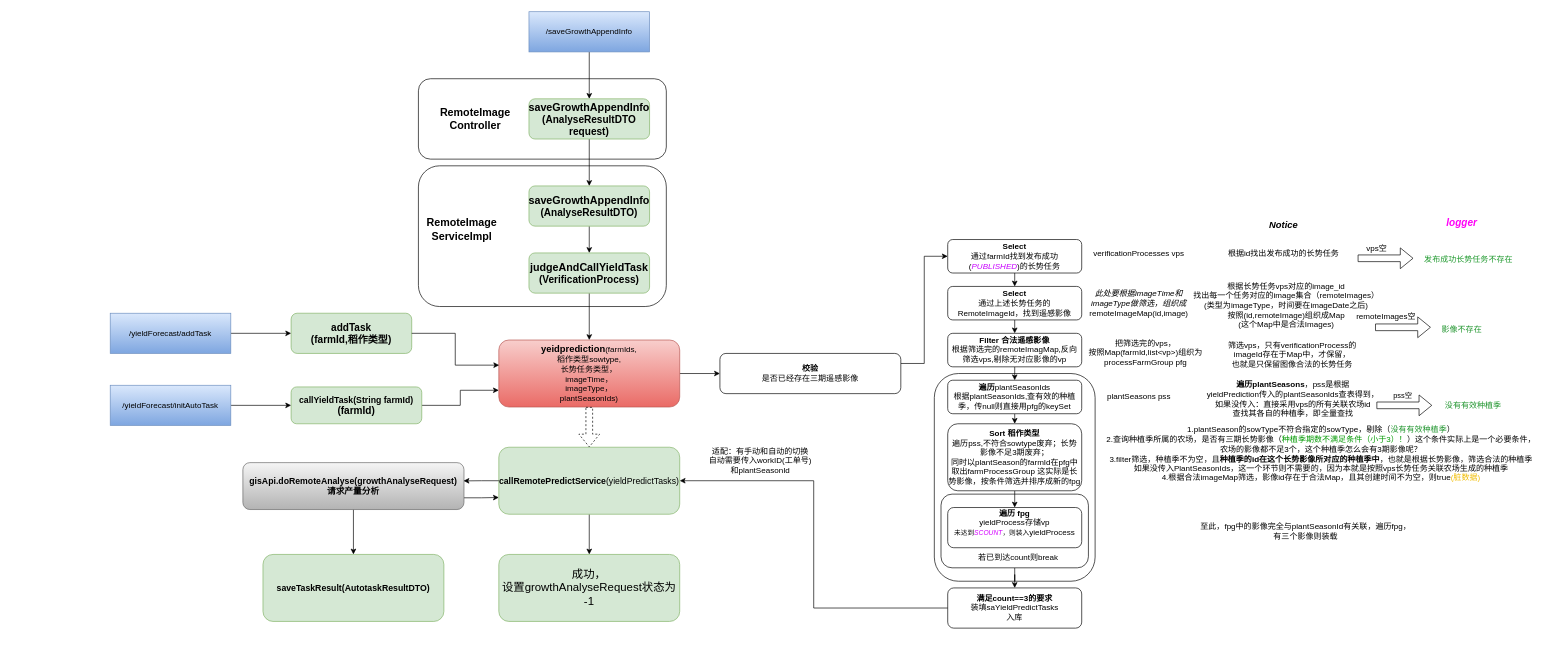
Above: 产量预估.drawio in RK-JD/DrawIO (draw.io), before the change. Source tidied: cells renumbered, new cells numbered last; positions are measured from the earlier drawing's top-left corner, leaving out a move shared by most shapes. Both pictures are drawn from the tidied source at 67%, with x=0, y=0 at pixel (110, 11).
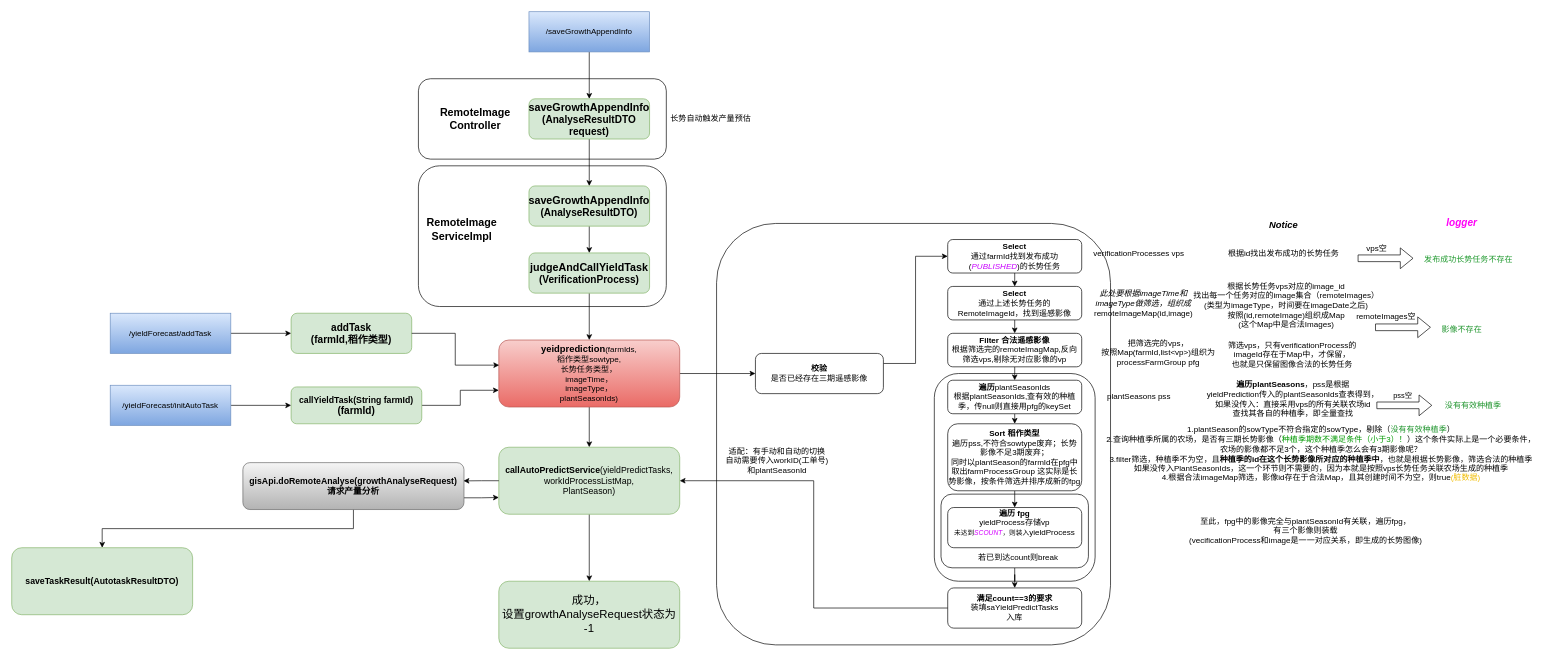
The same page after the edit.

Commit message:
更新产量预估.drawio

The change refers to these unchanged cells:
```xml
<mxCell id="8" value="&lt;b&gt;&lt;font style=&quot;font-size: 14px;&quot;&gt;yeidprediction&lt;/font&gt;&lt;/b&gt;(farmIds,&lt;div&gt;稻作类型sowtype,&lt;/div&gt;&lt;div&gt;长势任务类型，&lt;/div&gt;&lt;div&gt;imageTime，&lt;/div&gt;&lt;div&gt;imageType，&lt;/div&gt;&lt;div&gt;plantSeasonIds)&lt;/div&gt;" style="rounded=1;whiteSpace=wrap;html=1;fillColor=#f8cecc;strokeColor=#b85450;gradientColor=#ea6b66;" parent="1" vertex="1">
  <mxGeometry x="580" y="490" width="270" height="100" as="geometry" />
</mxCell>
```

What changed in the source:
```diff
@@
+    <mxCell id="76" style="rounded=1;whiteSpace=wrap;html=1;" parent="1" vertex="1">
+      <mxGeometry x="905" y="316" width="588" height="629" as="geometry" />
+    </mxCell>
@@
+    <mxCell id="32" style="edgeStyle=orthogonalEdgeStyle;rounded=0;jettySize=auto;html=1;exitX=0.5;exitY=1;exitDx=0;exitDy=0;entryX=0.5;entryY=0;entryDx=0;entryDy=0;" parent="1" edge="1" source="8" target="31">
+      <mxGeometry relative="1" as="geometry" />
+    </mxCell>
@@
     <mxCell id="10" value="&lt;b&gt;校验&lt;/b&gt;&lt;br&gt;是否已经存在三期遥感影像" style="rounded=1;whiteSpace=wrap;html=1;" parent="1" vertex="1">
-      <mxGeometry x="910" y="510" width="270" height="60" as="geometry" />
+      <mxGeometry x="963" y="510" width="191" height="60" as="geometry" />
     </mxCell>
@@
     <mxCell id="15" value="此处要根据imageTime和&lt;br&gt;imageType做筛选，组织成&lt;br&gt;&lt;div&gt;&lt;font style=&quot;font-style: normal;&quot;&gt;remoteImageMap(id,image)&lt;/font&gt;&lt;/div&gt;" style="text;html=1;align=center;verticalAlign=middle;strokeColor=none;fillColor=none;fontStyle=2;" parent="1" vertex="1">
-      <mxGeometry x="1450" y="405" width="170" height="60" as="geometry" />
+      <mxGeometry x="1457" y="405" width="170" height="60" as="geometry" />
     </mxCell>
@@
     <mxCell id="19" value="把筛选完的vps，&lt;div&gt;按照Map(farmId,list&amp;lt;vp&amp;gt;)组织为&lt;br&gt;processFarmGroup pfg&lt;/div&gt;" style="text;html=1;align=center;verticalAlign=middle;strokeColor=none;fillColor=none;" parent="1" vertex="1">
-      <mxGeometry x="1450" y="479" width="190" height="60" as="geometry" />
+      <mxGeometry x="1469" y="479" width="190" height="60" as="geometry" />
     </mxCell>
@@
     <mxCell id="29" value="适配：有手动和自动的切换&lt;div&gt;自动需要传入workID(工单号)&lt;/div&gt;&lt;div&gt;和plantSeasonId&lt;/div&gt;" style="text;html=1;align=center;verticalAlign=middle;strokeColor=none;fillColor=none;" parent="1" vertex="1">
-      <mxGeometry x="880" y="640" width="180" height="60" as="geometry" />
+      <mxGeometry x="905" y="640" width="180" height="60" as="geometry" />
     </mxCell>
@@
-    <mxCell id="31" value="&lt;span style=&quot;text-wrap: nowrap; font-size: 13px;&quot;&gt;&lt;b&gt;&lt;font style=&quot;font-size: 13px;&quot;&gt;callRemotePredictService&lt;/font&gt;&lt;/b&gt;(yieldPredictTasks)&lt;/span&gt;" style="rounded=1;whiteSpace=wrap;html=1;fillColor=#d5e8d4;strokeColor=#82b366;" parent="1" vertex="1">
+    <mxCell id="31" value="&lt;span style=&quot;text-wrap: nowrap; font-size: 13px;&quot;&gt;&lt;b&gt;&lt;font style=&quot;font-size: 13px;&quot;&gt;callAutoPredictService&lt;/font&gt;&lt;/b&gt;(yieldPredictTasks,&lt;/span&gt;&lt;div&gt;&lt;span style=&quot;text-wrap: nowrap; font-size: 13px;&quot;&gt;workIdProcessListMap,&lt;/span&gt;&lt;/div&gt;&lt;div&gt;&lt;span style=&quot;text-wrap: nowrap; font-size: 13px;&quot;&gt;PlantSeason)&lt;/span&gt;&lt;/div&gt;" style="rounded=1;whiteSpace=wrap;html=1;fillColor=#d5e8d4;strokeColor=#82b366;" parent="1" vertex="1">
       <mxGeometry x="580" y="650" width="270" height="100" as="geometry" />
     </mxCell>
-    <mxCell id="32" style="shape=flexArrow;endArrow=classic;html=1;rounded=0;entryX=0.5;entryY=0;entryDx=0;entryDy=0;exitX=0.5;exitY=1;exitDx=0;exitDy=0;dashed=1;" parent="1" edge="1" source="8" target="31">
-      <mxGeometry relative="1" as="geometry" />
-    </mxCell>
@@
     <mxCell id="36" value="&lt;span style=&quot;text-wrap: nowrap; font-size: 17px;&quot;&gt;&lt;font style=&quot;font-size: 17px;&quot;&gt;成功，&lt;/font&gt;&lt;/span&gt;&lt;div style=&quot;font-size: 17px;&quot;&gt;&lt;font style=&quot;font-size: 17px;&quot;&gt;&lt;span style=&quot;text-wrap: nowrap;&quot;&gt;设置&lt;/span&gt;&lt;span style=&quot;text-wrap: nowrap;&quot;&gt;growthAnalyseRequest状态为&lt;/span&gt;&lt;/font&gt;&lt;div style=&quot;&quot;&gt;&lt;span style=&quot;text-wrap: nowrap;&quot;&gt;&lt;font style=&quot;font-size: 17px;&quot;&gt;-1&lt;/font&gt;&lt;/span&gt;&lt;/div&gt;&lt;/div&gt;" style="rounded=1;whiteSpace=wrap;html=1;fillColor=#d5e8d4;strokeColor=#82b366;" parent="1" vertex="1">
-      <mxGeometry x="580" y="810" width="270" height="100" as="geometry" />
+      <mxGeometry x="580" y="850" width="270" height="100" as="geometry" />
     </mxCell>
@@
     <mxCell id="56" value="&lt;span style=&quot;font-size: 13px; text-wrap: nowrap;&quot;&gt;&lt;b&gt;saveTaskResult(AutotaskResultDTO)&lt;/b&gt;&lt;/span&gt;" style="rounded=1;whiteSpace=wrap;html=1;fillColor=#d5e8d4;strokeColor=#82b366;" parent="1" vertex="1">
-      <mxGeometry x="228" y="810" width="270" height="100" as="geometry" />
+      <mxGeometry x="-147" y="800" width="270" height="100" as="geometry" />
     </mxCell>
@@
-    <mxCell id="75" value="至此，fpg中的影像完全与plantSeasonId有关联，遍历fpg，&lt;div&gt;有三个影像则装载&lt;/div&gt;" style="text;html=1;align=center;verticalAlign=middle;strokeColor=none;fillColor=none;" parent="1" vertex="1">
-      <mxGeometry x="1617.5" y="754.5" width="332" height="41" as="geometry" />
+    <mxCell id="75" value="至此，fpg中的影像完全与plantSeasonId有关联，遍历fpg，&lt;div&gt;有三个影像则装载&lt;/div&gt;&lt;div&gt;(vecificationProcess和image是一一对应关系，即生成的长势图像)&lt;/div&gt;" style="text;html=1;align=center;verticalAlign=middle;strokeColor=none;fillColor=none;" parent="1" vertex="1">
+      <mxGeometry x="1601.5" y="747.5" width="365" height="55" as="geometry" />
     </mxCell>
+    <mxCell id="77" value="长势自动触发产量预估" style="text;html=1;align=center;verticalAlign=middle;whiteSpace=wrap;rounded=0;" parent="1" vertex="1">
+      <mxGeometry x="830" y="145" width="133" height="30" as="geometry" />
+    </mxCell>
```
